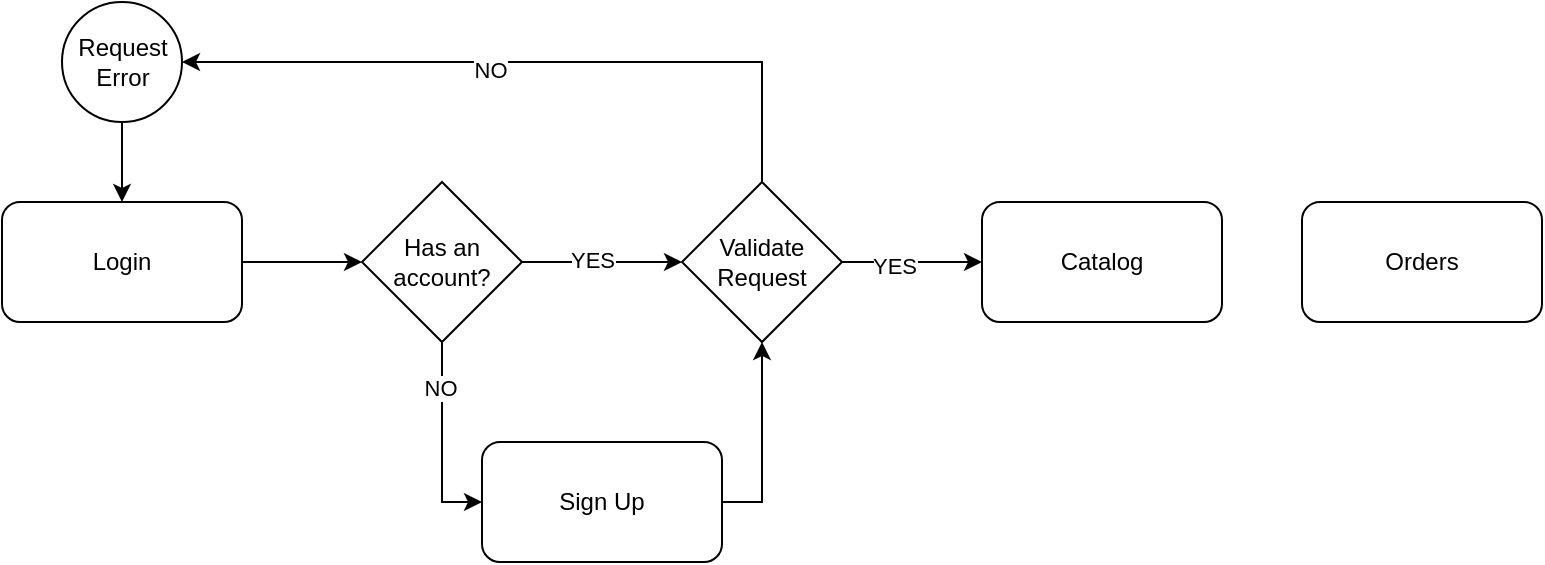
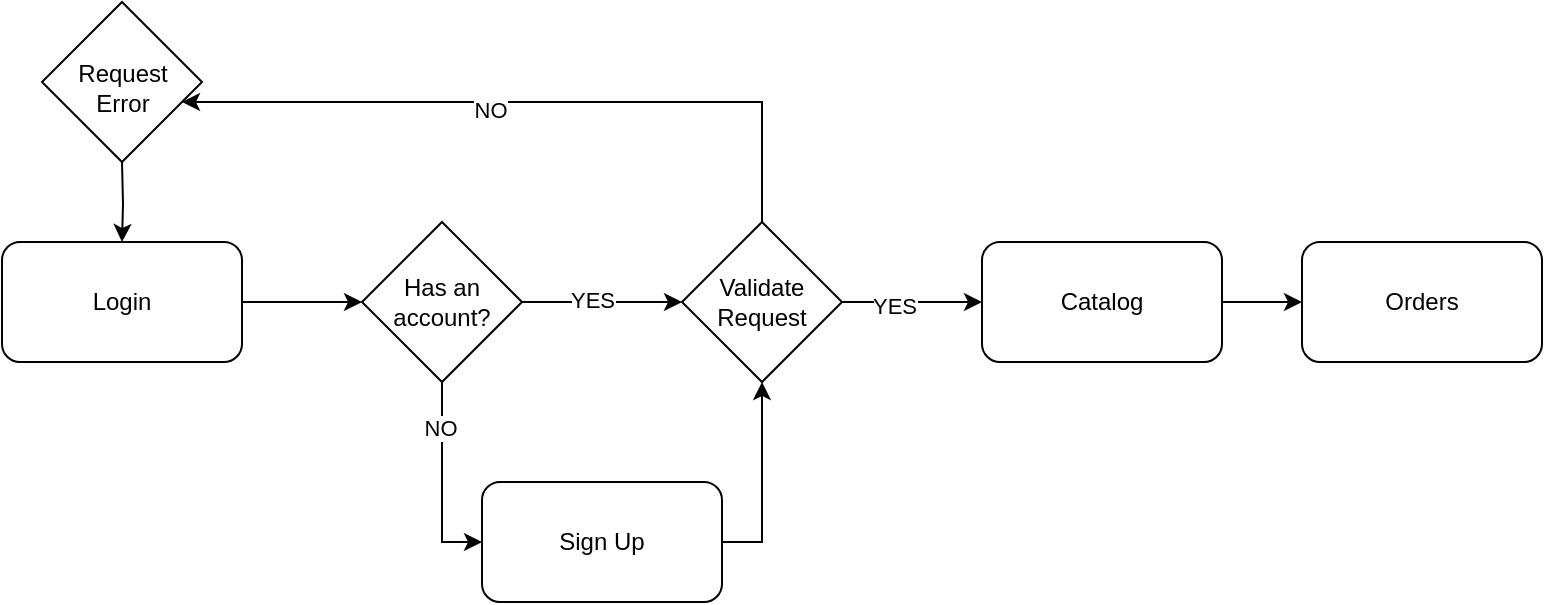
<mxfile host="Electron" agent="Mozilla/5.0 (Windows NT 10.0; Win64; x64) AppleWebKit/537.36 (KHTML, like Gecko) draw.io/29.3.6 Chrome/140.0.7339.249 Electron/38.8.0 Safari/537.36" version="29.3.6">
  <diagram name="Página-1" id="0kVry3SXOPCbEQ69BHXg">
-     <mxGraphModel dx="1020" dy="611" grid="1" gridSize="10" guides="1" tooltips="1" connect="1" arrows="1" fold="1" page="1" pageScale="1" pageWidth="827" pageHeight="1169" math="0" shadow="0">
+     <mxGraphModel dx="1042" dy="660" grid="1" gridSize="10" guides="1" tooltips="1" connect="1" arrows="1" fold="1" page="1" pageScale="1" pageWidth="827" pageHeight="1169" math="0" shadow="0">
      <root>
        <mxCell id="0" />
        <mxCell id="1" parent="0" />
+         <mxCell id="kXAABXV91QHwAdQvU4fq-7" parent="1" style="rhombus;whiteSpace=wrap;html=1;fillColor=none;" value="" vertex="1">
+           <mxGeometry height="80" width="80" x="40" y="20" as="geometry" />
+         </mxCell>
        <mxCell id="eq5wo6uzKMVssQMr7Yq6-1" edge="1" parent="1" source="eq5wo6uzKMVssQMr7Yq6-2" style="edgeStyle=orthogonalEdgeStyle;rounded=0;orthogonalLoop=1;jettySize=auto;html=1;exitX=1;exitY=0.5;exitDx=0;exitDy=0;entryX=0;entryY=0.5;entryDx=0;entryDy=0;" target="eq5wo6uzKMVssQMr7Yq6-8">
          <mxGeometry relative="1" as="geometry" />
        </mxCell>
        <mxCell id="eq5wo6uzKMVssQMr7Yq6-2" parent="1" style="rounded=1;whiteSpace=wrap;html=1;" value="" vertex="1">
          <mxGeometry height="60" width="120" x="20" y="140" as="geometry" />
        </mxCell>
        <mxCell id="eq5wo6uzKMVssQMr7Yq6-3" parent="1" style="text;html=1;whiteSpace=wrap;strokeColor=none;fillColor=none;align=center;verticalAlign=middle;rounded=0;" value="Login" vertex="1">
          <mxGeometry height="30" width="60" x="50" y="155" as="geometry" />
        </mxCell>
        <mxCell id="eq5wo6uzKMVssQMr7Yq6-4" edge="1" parent="1" source="eq5wo6uzKMVssQMr7Yq6-8" style="edgeStyle=orthogonalEdgeStyle;rounded=0;orthogonalLoop=1;jettySize=auto;html=1;exitX=1;exitY=0.5;exitDx=0;exitDy=0;entryX=0;entryY=0.5;entryDx=0;entryDy=0;" target="eq5wo6uzKMVssQMr7Yq6-15">
          <mxGeometry relative="1" as="geometry" />
        </mxCell>
        <mxCell id="eq5wo6uzKMVssQMr7Yq6-5" connectable="0" parent="eq5wo6uzKMVssQMr7Yq6-4" style="edgeLabel;html=1;align=center;verticalAlign=middle;resizable=0;points=[];" value="YES" vertex="1">
          <mxGeometry relative="1" x="-0.1417" y="1" as="geometry">
            <mxPoint as="offset" />
          </mxGeometry>
        </mxCell>
        <mxCell id="eq5wo6uzKMVssQMr7Yq6-6" edge="1" parent="1" source="eq5wo6uzKMVssQMr7Yq6-8" style="edgeStyle=orthogonalEdgeStyle;rounded=0;orthogonalLoop=1;jettySize=auto;html=1;exitX=0.5;exitY=1;exitDx=0;exitDy=0;entryX=0;entryY=0.5;entryDx=0;entryDy=0;" target="eq5wo6uzKMVssQMr7Yq6-11">
          <mxGeometry relative="1" as="geometry" />
        </mxCell>
        <mxCell id="eq5wo6uzKMVssQMr7Yq6-7" connectable="0" parent="eq5wo6uzKMVssQMr7Yq6-6" style="edgeLabel;html=1;align=center;verticalAlign=middle;resizable=0;points=[];" value="NO" vertex="1">
          <mxGeometry relative="1" x="-0.5439" y="-1" as="geometry">
            <mxPoint as="offset" />
          </mxGeometry>
        </mxCell>
        <mxCell id="eq5wo6uzKMVssQMr7Yq6-8" parent="1" style="rhombus;whiteSpace=wrap;html=1;" value="" vertex="1">
          <mxGeometry height="80" width="80" x="200" y="130" as="geometry" />
        </mxCell>
        <mxCell id="eq5wo6uzKMVssQMr7Yq6-9" parent="1" style="text;html=1;whiteSpace=wrap;strokeColor=none;fillColor=none;align=center;verticalAlign=middle;rounded=0;" value="Has an account?" vertex="1">
          <mxGeometry height="30" width="60" x="210" y="155" as="geometry" />
        </mxCell>
        <mxCell id="eq5wo6uzKMVssQMr7Yq6-10" edge="1" parent="1" source="eq5wo6uzKMVssQMr7Yq6-11" style="edgeStyle=orthogonalEdgeStyle;rounded=0;orthogonalLoop=1;jettySize=auto;html=1;exitX=1;exitY=0.5;exitDx=0;exitDy=0;entryX=0.5;entryY=1;entryDx=0;entryDy=0;" target="eq5wo6uzKMVssQMr7Yq6-15">
          <mxGeometry relative="1" as="geometry" />
        </mxCell>
        <mxCell id="eq5wo6uzKMVssQMr7Yq6-11" parent="1" style="rounded=1;whiteSpace=wrap;html=1;" value="" vertex="1">
          <mxGeometry height="60" width="120" x="260" y="260" as="geometry" />
        </mxCell>
        <mxCell id="eq5wo6uzKMVssQMr7Yq6-12" parent="1" style="text;html=1;whiteSpace=wrap;strokeColor=none;fillColor=none;align=center;verticalAlign=middle;rounded=0;" value="Sign Up" vertex="1">
          <mxGeometry height="30" width="60" x="290" y="275" as="geometry" />
        </mxCell>
        <mxCell id="eq5wo6uzKMVssQMr7Yq6-13" edge="1" parent="1" source="eq5wo6uzKMVssQMr7Yq6-15" style="edgeStyle=orthogonalEdgeStyle;rounded=0;orthogonalLoop=1;jettySize=auto;html=1;exitX=1;exitY=0.5;exitDx=0;exitDy=0;entryX=0;entryY=0.5;entryDx=0;entryDy=0;" target="eq5wo6uzKMVssQMr7Yq6-21">
          <mxGeometry relative="1" as="geometry" />
        </mxCell>
        <mxCell id="eq5wo6uzKMVssQMr7Yq6-14" connectable="0" parent="eq5wo6uzKMVssQMr7Yq6-13" style="edgeLabel;html=1;align=center;verticalAlign=middle;resizable=0;points=[];" value="YES" vertex="1">
          <mxGeometry relative="1" x="-0.2571" y="-2" as="geometry">
            <mxPoint as="offset" />
          </mxGeometry>
        </mxCell>
        <mxCell id="eq5wo6uzKMVssQMr7Yq6-15" parent="1" style="rhombus;whiteSpace=wrap;html=1;" value="" vertex="1">
          <mxGeometry height="80" width="80" x="360" y="130" as="geometry" />
        </mxCell>
        <mxCell id="eq5wo6uzKMVssQMr7Yq6-16" parent="1" style="text;html=1;whiteSpace=wrap;strokeColor=none;fillColor=none;align=center;verticalAlign=middle;rounded=0;" value="Validate&lt;div&gt;Request&lt;/div&gt;" vertex="1">
          <mxGeometry height="30" width="60" x="370" y="155" as="geometry" />
        </mxCell>
+         <mxCell id="kXAABXV91QHwAdQvU4fq-1" edge="1" parent="1" source="eq5wo6uzKMVssQMr7Yq6-21" style="edgeStyle=orthogonalEdgeStyle;rounded=0;orthogonalLoop=1;jettySize=auto;html=1;exitX=1;exitY=0.5;exitDx=0;exitDy=0;" target="eq5wo6uzKMVssQMr7Yq6-42">
+           <mxGeometry relative="1" as="geometry" />
+         </mxCell>
        <mxCell id="eq5wo6uzKMVssQMr7Yq6-21" parent="1" style="rounded=1;whiteSpace=wrap;html=1;" value="" vertex="1">
          <mxGeometry height="60" width="120" x="510" y="140" as="geometry" />
        </mxCell>
        <mxCell id="eq5wo6uzKMVssQMr7Yq6-22" parent="1" style="text;html=1;whiteSpace=wrap;strokeColor=none;fillColor=none;align=center;verticalAlign=middle;rounded=0;" value="Catalog" vertex="1">
          <mxGeometry height="30" width="60" x="540" y="155" as="geometry" />
        </mxCell>
-         <mxCell id="eq5wo6uzKMVssQMr7Yq6-23" edge="1" parent="1" source="eq5wo6uzKMVssQMr7Yq6-24" style="edgeStyle=orthogonalEdgeStyle;rounded=0;orthogonalLoop=1;jettySize=auto;html=1;exitX=0.5;exitY=1;exitDx=0;exitDy=0;entryX=0.5;entryY=0;entryDx=0;entryDy=0;" target="eq5wo6uzKMVssQMr7Yq6-2">
-           <mxGeometry relative="1" as="geometry" />
-         </mxCell>
-         <mxCell id="eq5wo6uzKMVssQMr7Yq6-24" parent="1" style="ellipse;whiteSpace=wrap;html=1;aspect=fixed;" value="" vertex="1">
-           <mxGeometry height="60" width="60" x="50" y="40" as="geometry" />
+         <mxCell id="eq5wo6uzKMVssQMr7Yq6-23" edge="1" parent="1" style="edgeStyle=orthogonalEdgeStyle;rounded=0;orthogonalLoop=1;jettySize=auto;html=1;exitX=0.5;exitY=1;exitDx=0;exitDy=0;entryX=0.5;entryY=0;entryDx=0;entryDy=0;" target="eq5wo6uzKMVssQMr7Yq6-2">
+           <mxGeometry relative="1" as="geometry">
+             <mxPoint x="80" y="100" as="sourcePoint" />
+           </mxGeometry>
        </mxCell>
        <mxCell id="eq5wo6uzKMVssQMr7Yq6-25" parent="1" style="text;html=1;whiteSpace=wrap;strokeColor=none;fillColor=none;align=center;verticalAlign=middle;rounded=0;" value="Request&lt;div&gt;Error&lt;/div&gt;" vertex="1">
-           <mxGeometry height="20" width="45" x="57.5" y="60" as="geometry" />
+           <mxGeometry height="20" width="45" x="57.5" y="53" as="geometry" />
        </mxCell>
-         <mxCell id="eq5wo6uzKMVssQMr7Yq6-26" edge="1" parent="1" source="eq5wo6uzKMVssQMr7Yq6-15" style="edgeStyle=orthogonalEdgeStyle;rounded=0;orthogonalLoop=1;jettySize=auto;html=1;exitX=0.5;exitY=0;exitDx=0;exitDy=0;entryX=1;entryY=0.5;entryDx=0;entryDy=0;" target="eq5wo6uzKMVssQMr7Yq6-24">
-           <mxGeometry relative="1" as="geometry" />
+         <mxCell id="eq5wo6uzKMVssQMr7Yq6-26" edge="1" parent="1" source="eq5wo6uzKMVssQMr7Yq6-15" style="edgeStyle=orthogonalEdgeStyle;rounded=0;orthogonalLoop=1;jettySize=auto;html=1;exitX=0.5;exitY=0;exitDx=0;exitDy=0;entryX=1;entryY=0.5;entryDx=0;entryDy=0;">
+           <mxGeometry relative="1" as="geometry">
+             <Array as="points">
+               <mxPoint x="400" y="70" />
+             </Array>
+             <mxPoint x="110" y="70" as="targetPoint" />
+           </mxGeometry>
        </mxCell>
        <mxCell id="eq5wo6uzKMVssQMr7Yq6-27" connectable="0" parent="eq5wo6uzKMVssQMr7Yq6-26" style="edgeLabel;html=1;align=center;verticalAlign=middle;resizable=0;points=[];" value="NO" vertex="1">
          <mxGeometry relative="1" x="0.1227" y="4" as="geometry">
            <mxPoint as="offset" />
          </mxGeometry>
        </mxCell>
        <mxCell id="eq5wo6uzKMVssQMr7Yq6-42" parent="1" style="rounded=1;whiteSpace=wrap;html=1;" value="Orders" vertex="1">
          <mxGeometry height="60" width="120" x="670" y="140" as="geometry" />
        </mxCell>
      </root>
    </mxGraphModel>
  </diagram>
</mxfile>
